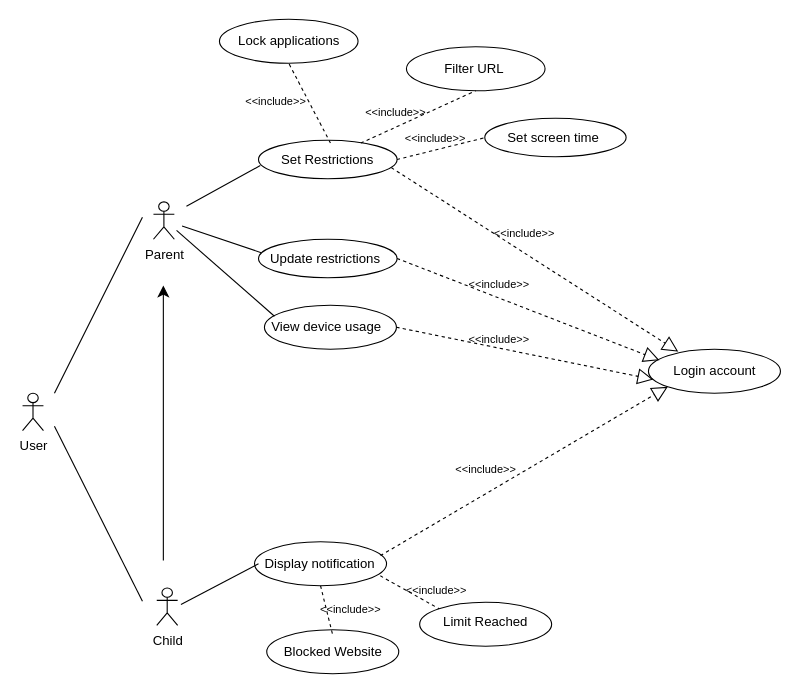
Before: design.drawio in Inco9nit0/Parental-Lock-System-Project-FYP-, a draw.io diagram. Source tidied: cells renumbered, new cells numbered last; positions are measured from the earlier drawing's top-left corner, leaving out a move shared by most shapes. Both pictures are drawn from the tidied source at 110%, with x=0, y=0 at pixel (22, 19).
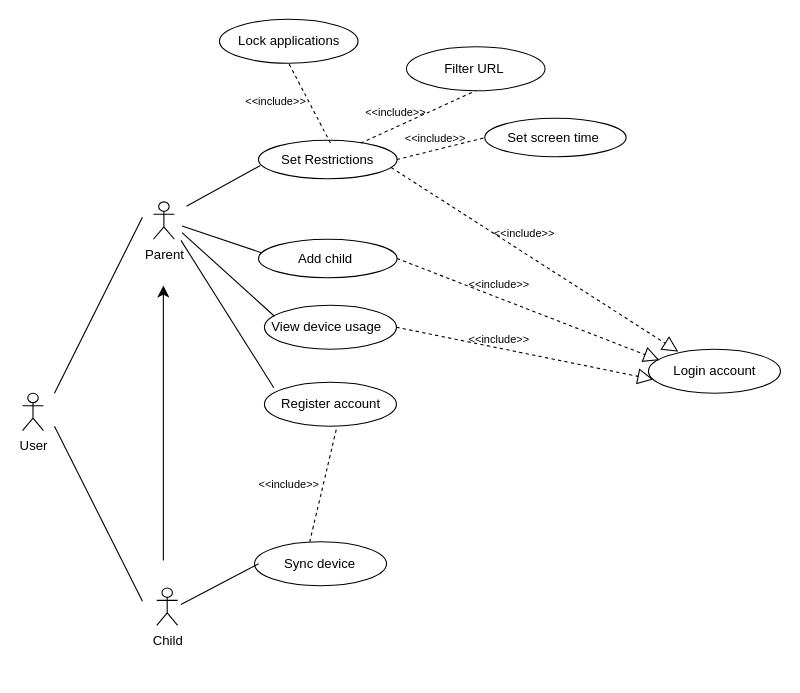
After the change.

Unchanged cells that the change refers to:
```xml
<mxCell id="3" style="ellipse;whiteSpace=wrap;html=1;" parent="1" vertex="1">
  <mxGeometry x="569" y="300" width="120" height="40" as="geometry" />
</mxCell>
<mxCell id="24" style="ellipse;whiteSpace=wrap;html=1;" parent="1" vertex="1">
  <mxGeometry x="210.9" y="475" width="120" height="40" as="geometry" />
</mxCell>
```

What changed in the source:
```diff
@@
-    <mxCell id="18" value="Update restrictions" style="text;html=1;align=center;verticalAlign=middle;whiteSpace=wrap;rounded=0;fontSize=12;" parent="1" vertex="1">
+    <mxCell id="18" value="Add child" style="text;html=1;align=center;verticalAlign=middle;whiteSpace=wrap;rounded=0;fontSize=12;" parent="1" vertex="1">
       <mxGeometry x="219.9" y="202.5" width="111" height="30" as="geometry" />
     </mxCell>
@@
     <mxCell id="23" style="endArrow=none;html=1;rounded=0;fontSize=12;startSize=8;endSize=8;curved=1;" parent="1" edge="1">
       <mxGeometry relative="1" as="geometry">
-        <mxPoint x="140" y="192" as="sourcePoint" />
+        <mxPoint x="145" y="194" as="sourcePoint" />
         <mxPoint x="229" y="270" as="targetPoint" />
       </mxGeometry>
     </mxCell>
@@
-    <mxCell id="25" value="Display notification" style="text;html=1;align=center;verticalAlign=middle;whiteSpace=wrap;rounded=0;fontSize=12;" parent="1" vertex="1">
+    <mxCell id="25" value="Sync device" style="text;html=1;align=center;verticalAlign=middle;whiteSpace=wrap;rounded=0;fontSize=12;" parent="1" vertex="1">
       <mxGeometry x="214.5" y="480" width="111" height="30" as="geometry" />
     </mxCell>
@@
-    <mxCell id="27" style="ellipse;whiteSpace=wrap;html=1;" parent="1" vertex="1">
-      <mxGeometry x="361" y="530" width="120" height="40" as="geometry" />
-    </mxCell>
-    <mxCell id="28" style="ellipse;whiteSpace=wrap;html=1;" parent="1" vertex="1">
-      <mxGeometry x="222" y="555" width="120" height="40" as="geometry" />
-    </mxCell>
-    <mxCell id="29" value="Blocked Website" style="text;html=1;align=center;verticalAlign=middle;whiteSpace=wrap;rounded=0;fontSize=12;" parent="1" vertex="1">
-      <mxGeometry x="226.5" y="560" width="111" height="30" as="geometry" />
-    </mxCell>
-    <mxCell id="30" value="&amp;nbsp;Limit Reached&lt;div&gt;&lt;br/&gt;&lt;/div&gt;" style="text;html=1;align=center;verticalAlign=middle;whiteSpace=wrap;rounded=0;fontSize=12;" parent="1" vertex="1">
-      <mxGeometry x="364" y="540" width="111" height="30" as="geometry" />
-    </mxCell>
-    <mxCell id="31" style="endArrow=none;dashed=1;html=1;rounded=0;fontSize=12;startSize=8;endSize=8;curved=1;exitX=0.5;exitY=1;exitDx=0;exitDy=0;entryX=0.5;entryY=0;entryDx=0;entryDy=0;" parent="1" edge="1" source="24" target="29">
-      <mxGeometry relative="1" as="geometry" />
-    </mxCell>
-    <mxCell id="32" style="endArrow=none;dashed=1;html=1;rounded=0;fontSize=12;startSize=8;endSize=8;curved=1;exitX=0.953;exitY=0.775;exitDx=0;exitDy=0;exitPerimeter=0;entryX=0;entryY=0;entryDx=0;entryDy=0;" parent="1" edge="1" source="24" target="27">
+    <mxCell id="32" style="endArrow=none;dashed=1;html=1;rounded=0;fontSize=12;startSize=8;endSize=8;curved=1;exitX=0.418;exitY=0;exitDx=0;exitDy=0;exitPerimeter=0;entryX=0.549;entryY=1.013;entryDx=0;entryDy=0;entryPerimeter=0;" parent="1" edge="1" source="24" target="51">
       <mxGeometry relative="1" as="geometry" />
     </mxCell>
@@
-    <mxCell id="37" style="endArrow=block;dashed=1;endFill=0;endSize=12;html=1;rounded=0;fontSize=12;curved=1;exitX=1;exitY=0.25;exitDx=0;exitDy=0;entryX=0;entryY=1;entryDx=0;entryDy=0;" parent="1" edge="1" source="25" target="3">
-      <mxGeometry relative="1" as="geometry" />
-    </mxCell>
@@
-    <mxCell id="41" value="&amp;lt;&amp;lt;include&amp;gt;&amp;gt;" style="text;html=1;align=center;verticalAlign=middle;whiteSpace=wrap;rounded=0;fontSize=10;" parent="1" vertex="1">
-      <mxGeometry x="386.8" y="400" width="68.5" height="17.5" as="geometry" />
-    </mxCell>
@@
     <mxCell id="45" value="&amp;lt;&amp;lt;include&amp;gt;&amp;gt;" style="text;html=1;align=center;verticalAlign=middle;whiteSpace=wrap;rounded=0;fontSize=10;" parent="1" vertex="1">
-      <mxGeometry x="342" y="510" width="68.5" height="17.5" as="geometry" />
+      <mxGeometry x="207.8" y="414" width="68.5" height="17.5" as="geometry" />
     </mxCell>
-    <mxCell id="46" value="&amp;lt;&amp;lt;include&amp;gt;&amp;gt;" style="text;html=1;align=center;verticalAlign=middle;whiteSpace=wrap;rounded=0;fontSize=10;" parent="1" vertex="1">
-      <mxGeometry x="264" y="527.5" width="68.5" height="17.5" as="geometry" />
-    </mxCell>
@@
+    <mxCell id="51" style="ellipse;whiteSpace=wrap;html=1;" parent="1" vertex="1">
+      <mxGeometry x="219.9" y="330" width="120" height="40" as="geometry" />
+    </mxCell>
+    <mxCell id="52" value="Register account" style="text;html=1;align=center;verticalAlign=middle;whiteSpace=wrap;rounded=0;fontSize=12;" parent="1" vertex="1">
+      <mxGeometry x="228.4" y="335" width="104.6" height="30" as="geometry" />
+    </mxCell>
+    <mxCell id="53" style="endArrow=none;html=1;rounded=0;fontSize=12;startSize=8;endSize=8;curved=1;entryX=0;entryY=0;entryDx=0;entryDy=0;" parent="1" edge="1" target="52">
+      <mxGeometry relative="1" as="geometry">
+        <mxPoint x="144" y="201" as="sourcePoint" />
+      </mxGeometry>
+    </mxCell>
```
